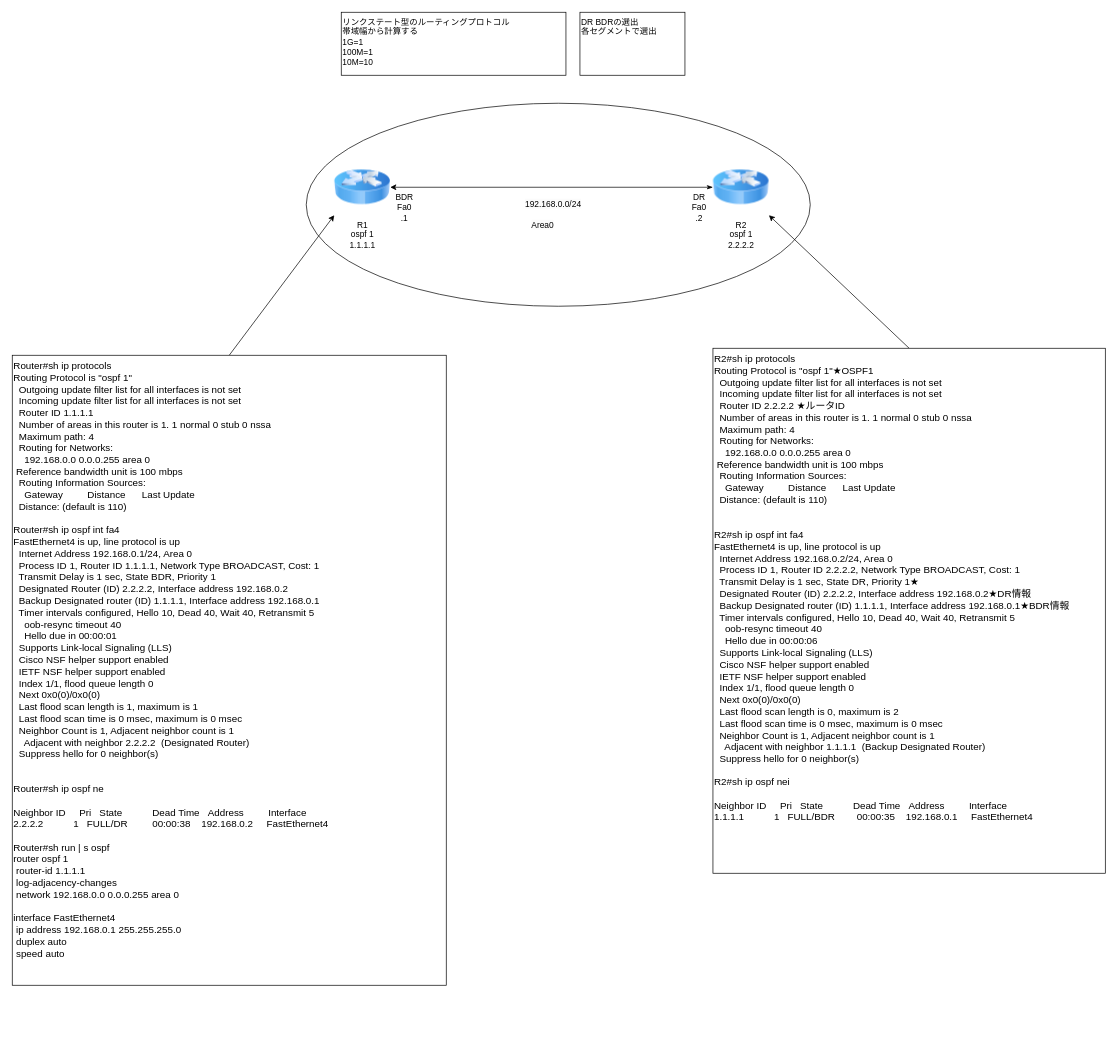
This is page "OSPF.RouteID" (3 of 4) of OSPF.drawio from kyforprogram/ccna, a draw.io file, before an edit. Source tidied: cells renumbered, new cells numbered last; positions are measured from the earlier drawing's top-left corner, leaving out a move shared by most shapes. Both pictures are drawn from the tidied source at 70%, with x=0, y=0 at pixel (12, 12).
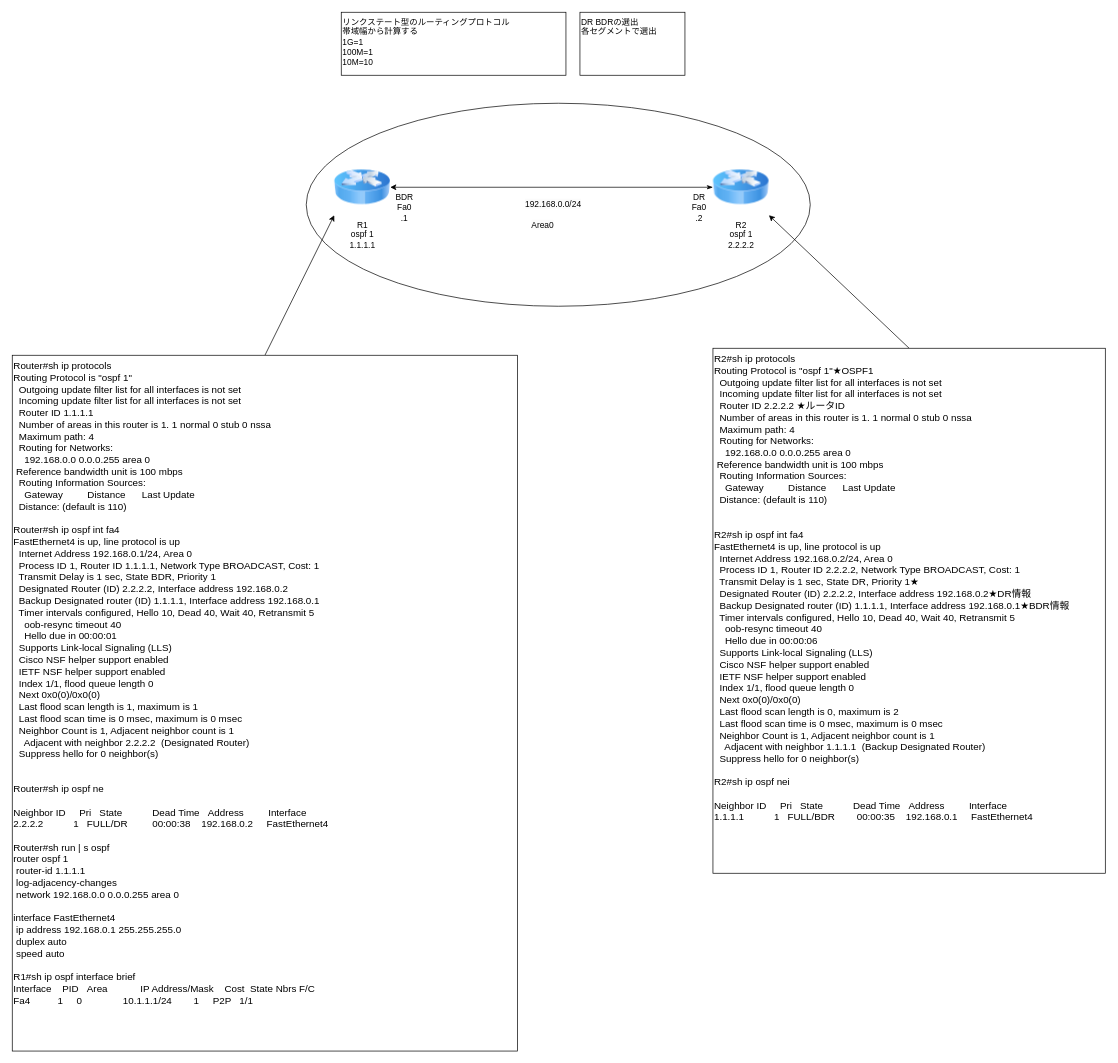
Above is the later version.

What changed in the source:
```diff
@@
 <mxGraphModel>
   <root>
     <mxCell id="0" />
     <mxCell id="1" parent="0" />
     <mxCell id="2" style="ellipse;whiteSpace=wrap;html=1;strokeColor=default;fontFamily=Helvetica;fontSize=14;fontColor=default;fillColor=default;" parent="1" vertex="1">
       <mxGeometry x="420" y="130" width="720" height="290" as="geometry" />
     </mxCell>
     <mxCell id="3" value="R1&lt;br&gt;ospf 1&lt;br&gt;1.1.1.1" style="image;html=1;image=img/lib/clip_art/networking/Router_Icon_128x128.png;" parent="1" vertex="1">
       <mxGeometry x="460" y="210" width="80" height="80" as="geometry" />
     </mxCell>
     <mxCell id="4" style="rounded=0;jettySize=auto;html=1;exitX=0;exitY=0.5;exitDx=0;exitDy=0;entryX=1;entryY=0.5;entryDx=0;entryDy=0;startArrow=classicThin;startFill=1;" parent="1" edge="1" source="5" target="3">
       <mxGeometry relative="1" as="geometry" />
     </mxCell>
     <mxCell id="5" value="R2&lt;br&gt;ospf 1&lt;br&gt;2.2.2.2" style="image;html=1;image=img/lib/clip_art/networking/Router_Icon_128x128.png;imageBorder=none;" parent="1" vertex="1">
       <mxGeometry x="1001" y="210" width="80" height="80" as="geometry" />
     </mxCell>
     <mxCell id="6" value="&lt;span style=&quot;color: rgb(0, 0, 0); font-family: Helvetica; font-size: 12px; font-style: normal; font-variant-ligatures: normal; font-variant-caps: normal; font-weight: 400; letter-spacing: normal; orphans: 2; text-align: center; text-indent: 0px; text-transform: none; widows: 2; word-spacing: 0px; -webkit-text-stroke-width: 0px; background-color: rgb(251, 251, 251); text-decoration-thickness: initial; text-decoration-style: initial; text-decoration-color: initial; float: none; display: inline !important;&quot;&gt;192.168.0.0/24&lt;/span&gt;" style="text;whiteSpace=wrap;html=1;" parent="1" vertex="1">
       <mxGeometry x="730.5" y="260" width="89" height="30" as="geometry" />
     </mxCell>
     <mxCell id="7" value="リンクステート型のルーティングプロトコル&lt;br&gt;帯域幅から計算する&lt;br&gt;1G=1&lt;br&gt;100M=1&lt;br&gt;10M=10" style="whiteSpace=wrap;html=1;align=left;verticalAlign=top;" parent="1" vertex="1">
       <mxGeometry x="470" width="321" height="90" as="geometry" />
     </mxCell>
     <mxCell id="8" value="BDR&lt;br&gt;Fa0&lt;br&gt;.1" style="text;html=1;align=center;verticalAlign=middle;strokeColor=none;fillColor=none;" parent="1" vertex="1">
       <mxGeometry x="535" y="249" width="50" height="60" as="geometry" />
     </mxCell>
     <mxCell id="9" value="DR&lt;br&gt;Fa0&lt;br&gt;.2" style="text;html=1;align=center;verticalAlign=middle;strokeColor=none;fillColor=none;" parent="1" vertex="1">
       <mxGeometry x="961" y="249" width="40" height="60" as="geometry" />
     </mxCell>
     <mxCell id="10" value="DR BDRの選出&lt;br&gt;各セグメントで選出&lt;br&gt;" style="whiteSpace=wrap;html=1;align=left;verticalAlign=top;" parent="1" vertex="1">
       <mxGeometry x="811" width="150" height="90" as="geometry" />
     </mxCell>
     <mxCell id="11" value="&lt;span style=&quot;color: rgb(0, 0, 0); font-family: Helvetica; font-size: 12px; font-style: normal; font-variant-ligatures: normal; font-variant-caps: normal; font-weight: 400; letter-spacing: normal; orphans: 2; text-align: center; text-indent: 0px; text-transform: none; widows: 2; word-spacing: 0px; -webkit-text-stroke-width: 0px; background-color: rgb(251, 251, 251); text-decoration-thickness: initial; text-decoration-style: initial; text-decoration-color: initial; float: none; display: inline !important;&quot;&gt;Area0&lt;/span&gt;" style="text;whiteSpace=wrap;html=1;" parent="1" vertex="1">
       <mxGeometry x="740" y="290" width="70" height="30" as="geometry" />
     </mxCell>
     <mxCell id="12" style="rounded=0;jettySize=auto;html=1;exitX=0.5;exitY=0;exitDx=0;exitDy=0;entryX=1;entryY=1;entryDx=0;entryDy=0;" parent="1" edge="1" source="13" target="5">
       <mxGeometry relative="1" as="geometry" />
     </mxCell>
     <mxCell id="13" value="&lt;div&gt;R2#sh ip protocols&lt;/div&gt;&lt;div&gt;Routing Protocol is &quot;ospf 1&quot;★OSPF1&lt;/div&gt;&lt;div&gt;&amp;nbsp; Outgoing update filter list for all interfaces is not set&lt;/div&gt;&lt;div&gt;&amp;nbsp; Incoming update filter list for all interfaces is not set&lt;/div&gt;&lt;div&gt;&amp;nbsp; Router ID 2.2.2.2 ★ルータID&lt;/div&gt;&lt;div&gt;&amp;nbsp; Number of areas in this router is 1. 1 normal 0 stub 0 nssa&lt;/div&gt;&lt;div&gt;&amp;nbsp; Maximum path: 4&lt;/div&gt;&lt;div&gt;&amp;nbsp; Routing for Networks:&lt;/div&gt;&lt;div&gt;&amp;nbsp; &amp;nbsp; 192.168.0.0 0.0.0.255 area 0&lt;/div&gt;&lt;div&gt;&amp;nbsp;Reference bandwidth unit is 100 mbps&lt;/div&gt;&lt;div&gt;&amp;nbsp; Routing Information Sources:&lt;/div&gt;&lt;div&gt;&amp;nbsp; &amp;nbsp; Gateway&amp;nbsp; &amp;nbsp; &amp;nbsp; &amp;nbsp; &amp;nbsp;Distance&amp;nbsp; &amp;nbsp; &amp;nbsp; Last Update&lt;/div&gt;&lt;div&gt;&amp;nbsp; Distance: (default is 110)&lt;/div&gt;&lt;div&gt;&lt;br&gt;&lt;/div&gt;&lt;div&gt;&lt;br&gt;&lt;/div&gt;&lt;div&gt;&lt;div&gt;R2#sh ip ospf int fa4&lt;/div&gt;&lt;div&gt;FastEthernet4 is up, line protocol is up&lt;/div&gt;&lt;div&gt;&amp;nbsp; Internet Address 192.168.0.2/24, Area 0&lt;/div&gt;&lt;div&gt;&amp;nbsp; Process ID 1, Router ID 2.2.2.2, Network Type BROADCAST, Cost: 1&lt;/div&gt;&lt;div&gt;&amp;nbsp; Transmit Delay is 1 sec, State DR, Priority 1★&lt;/div&gt;&lt;div&gt;&amp;nbsp; Designated Router (ID) 2.2.2.2, Interface address 192.168.0.2★DR情報&lt;/div&gt;&lt;div&gt;&amp;nbsp; Backup Designated router (ID) 1.1.1.1, Interface address 192.168.0.1★BDR情報&lt;/div&gt;&lt;div&gt;&amp;nbsp; Timer intervals configured, Hello 10, Dead 40, Wait 40, Retransmit 5&lt;/div&gt;&lt;div&gt;&amp;nbsp; &amp;nbsp; oob-resync timeout 40&lt;/div&gt;&lt;div&gt;&amp;nbsp; &amp;nbsp; Hello due in 00:00:06&lt;/div&gt;&lt;div&gt;&amp;nbsp; Supports Link-local Signaling (LLS)&lt;/div&gt;&lt;div&gt;&amp;nbsp; Cisco NSF helper support enabled&lt;/div&gt;&lt;div&gt;&amp;nbsp; IETF NSF helper support enabled&lt;/div&gt;&lt;div&gt;&amp;nbsp; Index 1/1, flood queue length 0&lt;/div&gt;&lt;div&gt;&amp;nbsp; Next 0x0(0)/0x0(0)&lt;/div&gt;&lt;div&gt;&amp;nbsp; Last flood scan length is 0, maximum is 2&lt;/div&gt;&lt;div&gt;&amp;nbsp; Last flood scan time is 0 msec, maximum is 0 msec&lt;/div&gt;&lt;div&gt;&amp;nbsp; Neighbor Count is 1, Adjacent neighbor count is 1&lt;/div&gt;&lt;div&gt;&amp;nbsp; &amp;nbsp; Adjacent with neighbor 1.1.1.1&amp;nbsp; (Backup Designated Router)&lt;/div&gt;&lt;div&gt;&amp;nbsp; Suppress hello for 0 neighbor(s)&lt;/div&gt;&lt;/div&gt;&lt;div&gt;&lt;br&gt;&lt;/div&gt;&lt;div&gt;&lt;div&gt;R2#sh ip ospf nei&lt;/div&gt;&lt;div&gt;&lt;br&gt;&lt;/div&gt;&lt;div&gt;Neighbor ID&amp;nbsp; &amp;nbsp; &amp;nbsp;Pri&amp;nbsp; &amp;nbsp;State&amp;nbsp; &amp;nbsp; &amp;nbsp; &amp;nbsp; &amp;nbsp; &amp;nbsp;Dead Time&amp;nbsp; &amp;nbsp;Address&amp;nbsp; &amp;nbsp; &amp;nbsp; &amp;nbsp; &amp;nbsp;Interface&lt;/div&gt;&lt;div&gt;1.1.1.1&amp;nbsp; &amp;nbsp; &amp;nbsp; &amp;nbsp; &amp;nbsp; &amp;nbsp;1&amp;nbsp; &amp;nbsp;FULL/BDR&amp;nbsp; &amp;nbsp; &amp;nbsp; &amp;nbsp; 00:00:35&amp;nbsp; &amp;nbsp; 192.168.0.1&amp;nbsp; &amp;nbsp; &amp;nbsp;FastEthernet4&lt;/div&gt;&lt;/div&gt;" style="whiteSpace=wrap;html=1;align=left;verticalAlign=top;fontSize=14;" parent="1" vertex="1">
       <mxGeometry x="1001" y="480" width="560.5" height="750" as="geometry" />
     </mxCell>
     <mxCell id="14" style="rounded=0;jettySize=auto;html=1;exitX=0.5;exitY=0;exitDx=0;exitDy=0;entryX=0;entryY=1;entryDx=0;entryDy=0;" parent="1" edge="1" source="15" target="3">
       <mxGeometry relative="1" as="geometry" />
     </mxCell>
-    <mxCell id="15" value="&lt;div&gt;Router#sh ip protocols&lt;/div&gt;&lt;div&gt;Routing Protocol is &quot;ospf 1&quot;&lt;/div&gt;&lt;div&gt;&amp;nbsp; Outgoing update filter list for all interfaces is not set&lt;/div&gt;&lt;div&gt;&amp;nbsp; Incoming update filter list for all interfaces is not set&lt;/div&gt;&lt;div&gt;&amp;nbsp; Router ID 1.1.1.1&lt;/div&gt;&lt;div&gt;&amp;nbsp; Number of areas in this router is 1. 1 normal 0 stub 0 nssa&lt;/div&gt;&lt;div&gt;&amp;nbsp; Maximum path: 4&lt;/div&gt;&lt;div&gt;&amp;nbsp; Routing for Networks:&lt;/div&gt;&lt;div&gt;&amp;nbsp; &amp;nbsp; 192.168.0.0 0.0.0.255 area 0&lt;/div&gt;&lt;div&gt;&amp;nbsp;Reference bandwidth unit is 100 mbps&lt;/div&gt;&lt;div&gt;&amp;nbsp; Routing Information Sources:&lt;/div&gt;&lt;div&gt;&amp;nbsp; &amp;nbsp; Gateway&amp;nbsp; &amp;nbsp; &amp;nbsp; &amp;nbsp; &amp;nbsp;Distance&amp;nbsp; &amp;nbsp; &amp;nbsp; Last Update&lt;/div&gt;&lt;div&gt;&amp;nbsp; Distance: (default is 110)&lt;/div&gt;&lt;div&gt;&lt;br&gt;&lt;/div&gt;&lt;div&gt;&lt;div&gt;&lt;span style=&quot;background-color: initial;&quot;&gt;Router#sh ip ospf int fa4&lt;/span&gt;&lt;br&gt;&lt;/div&gt;&lt;div&gt;FastEthernet4 is up, line protocol is up&lt;/div&gt;&lt;div&gt;&amp;nbsp; Internet Address 192.168.0.1/24, Area 0&lt;/div&gt;&lt;div&gt;&amp;nbsp; Process ID 1, Router ID 1.1.1.1, Network Type BROADCAST, Cost: 1&lt;/div&gt;&lt;div&gt;&amp;nbsp; Transmit Delay is 1 sec, State BDR, Priority 1&lt;/div&gt;&lt;div&gt;&amp;nbsp; Designated Router (ID) 2.2.2.2, Interface address 192.168.0.2&lt;/div&gt;&lt;div&gt;&amp;nbsp; Backup Designated router (ID) 1.1.1.1, Interface address 192.168.0.1&lt;/div&gt;&lt;div&gt;&amp;nbsp; Timer intervals configured, Hello 10, Dead 40, Wait 40, Retransmit 5&lt;/div&gt;&lt;div&gt;&amp;nbsp; &amp;nbsp; oob-resync timeout 40&lt;/div&gt;&lt;div&gt;&amp;nbsp; &amp;nbsp; Hello due in 00:00:01&lt;/div&gt;&lt;div&gt;&amp;nbsp; Supports Link-local Signaling (LLS)&lt;/div&gt;&lt;div&gt;&amp;nbsp; Cisco NSF helper support enabled&lt;/div&gt;&lt;div&gt;&amp;nbsp; IETF NSF helper support enabled&lt;/div&gt;&lt;div&gt;&amp;nbsp; Index 1/1, flood queue length 0&lt;/div&gt;&lt;div&gt;&amp;nbsp; Next 0x0(0)/0x0(0)&lt;/div&gt;&lt;div&gt;&amp;nbsp; Last flood scan length is 1, maximum is 1&lt;/div&gt;&lt;div&gt;&amp;nbsp; Last flood scan time is 0 msec, maximum is 0 msec&lt;/div&gt;&lt;div&gt;&amp;nbsp; Neighbor Count is 1, Adjacent neighbor count is 1&lt;/div&gt;&lt;div&gt;&amp;nbsp; &amp;nbsp; Adjacent with neighbor 2.2.2.2&amp;nbsp; (Designated Router)&lt;/div&gt;&lt;div&gt;&amp;nbsp; Suppress hello for 0 neighbor(s)&lt;/div&gt;&lt;/div&gt;&lt;div&gt;&lt;br&gt;&lt;/div&gt;&lt;div&gt;&lt;br&gt;&lt;/div&gt;&lt;div&gt;&lt;div&gt;Router#sh ip ospf ne&lt;/div&gt;&lt;div&gt;&lt;br&gt;&lt;/div&gt;&lt;div&gt;Neighbor ID&amp;nbsp; &amp;nbsp; &amp;nbsp;Pri&amp;nbsp; &amp;nbsp;State&amp;nbsp; &amp;nbsp; &amp;nbsp; &amp;nbsp; &amp;nbsp; &amp;nbsp;Dead Time&amp;nbsp; &amp;nbsp;Address&amp;nbsp; &amp;nbsp; &amp;nbsp; &amp;nbsp; &amp;nbsp;Interface&lt;/div&gt;&lt;div&gt;2.2.2.2&amp;nbsp; &amp;nbsp; &amp;nbsp; &amp;nbsp; &amp;nbsp; &amp;nbsp;1&amp;nbsp; &amp;nbsp;FULL/DR&amp;nbsp; &amp;nbsp; &amp;nbsp; &amp;nbsp; &amp;nbsp;00:00:38&amp;nbsp; &amp;nbsp; 192.168.0.2&amp;nbsp; &amp;nbsp; &amp;nbsp;FastEthernet4&lt;/div&gt;&lt;/div&gt;&lt;div&gt;&lt;br&gt;&lt;/div&gt;&lt;div&gt;&lt;div&gt;Router#sh run | s ospf&lt;/div&gt;&lt;div&gt;router ospf 1&lt;/div&gt;&lt;div&gt;&amp;nbsp;router-id 1.1.1.1&lt;/div&gt;&lt;div&gt;&amp;nbsp;log-adjacency-changes&lt;/div&gt;&lt;div&gt;&amp;nbsp;network 192.168.0.0 0.0.0.255 area 0&lt;/div&gt;&lt;/div&gt;&lt;div&gt;&lt;br&gt;&lt;/div&gt;&lt;div&gt;&lt;div&gt;interface FastEthernet4&lt;/div&gt;&lt;div&gt;&amp;nbsp;ip address 192.168.0.1 255.255.255.0&lt;/div&gt;&lt;div&gt;&amp;nbsp;duplex auto&lt;/div&gt;&lt;div&gt;&amp;nbsp;speed auto&lt;/div&gt;&lt;/div&gt;" style="whiteSpace=wrap;html=1;align=left;verticalAlign=top;fontSize=14;" parent="1" vertex="1">
-      <mxGeometry y="490" width="620" height="900" as="geometry" />
+    <mxCell id="15" value="&lt;div&gt;Router#sh ip protocols&lt;/div&gt;&lt;div&gt;Routing Protocol is &quot;ospf 1&quot;&lt;/div&gt;&lt;div&gt;&amp;nbsp; Outgoing update filter list for all interfaces is not set&lt;/div&gt;&lt;div&gt;&amp;nbsp; Incoming update filter list for all interfaces is not set&lt;/div&gt;&lt;div&gt;&amp;nbsp; Router ID 1.1.1.1&lt;/div&gt;&lt;div&gt;&amp;nbsp; Number of areas in this router is 1. 1 normal 0 stub 0 nssa&lt;/div&gt;&lt;div&gt;&amp;nbsp; Maximum path: 4&lt;/div&gt;&lt;div&gt;&amp;nbsp; Routing for Networks:&lt;/div&gt;&lt;div&gt;&amp;nbsp; &amp;nbsp; 192.168.0.0 0.0.0.255 area 0&lt;/div&gt;&lt;div&gt;&amp;nbsp;Reference bandwidth unit is 100 mbps&lt;/div&gt;&lt;div&gt;&amp;nbsp; Routing Information Sources:&lt;/div&gt;&lt;div&gt;&amp;nbsp; &amp;nbsp; Gateway&amp;nbsp; &amp;nbsp; &amp;nbsp; &amp;nbsp; &amp;nbsp;Distance&amp;nbsp; &amp;nbsp; &amp;nbsp; Last Update&lt;/div&gt;&lt;div&gt;&amp;nbsp; Distance: (default is 110)&lt;/div&gt;&lt;div&gt;&lt;br&gt;&lt;/div&gt;&lt;div&gt;&lt;div&gt;&lt;span style=&quot;background-color: initial;&quot;&gt;Router#sh ip ospf int fa4&lt;/span&gt;&lt;br&gt;&lt;/div&gt;&lt;div&gt;FastEthernet4 is up, line protocol is up&lt;/div&gt;&lt;div&gt;&amp;nbsp; Internet Address 192.168.0.1/24, Area 0&lt;/div&gt;&lt;div&gt;&amp;nbsp; Process ID 1, Router ID 1.1.1.1, Network Type BROADCAST, Cost: 1&lt;/div&gt;&lt;div&gt;&amp;nbsp; Transmit Delay is 1 sec, State BDR, Priority 1&lt;/div&gt;&lt;div&gt;&amp;nbsp; Designated Router (ID) 2.2.2.2, Interface address 192.168.0.2&lt;/div&gt;&lt;div&gt;&amp;nbsp; Backup Designated router (ID) 1.1.1.1, Interface address 192.168.0.1&lt;/div&gt;&lt;div&gt;&amp;nbsp; Timer intervals configured, Hello 10, Dead 40, Wait 40, Retransmit 5&lt;/div&gt;&lt;div&gt;&amp;nbsp; &amp;nbsp; oob-resync timeout 40&lt;/div&gt;&lt;div&gt;&amp;nbsp; &amp;nbsp; Hello due in 00:00:01&lt;/div&gt;&lt;div&gt;&amp;nbsp; Supports Link-local Signaling (LLS)&lt;/div&gt;&lt;div&gt;&amp;nbsp; Cisco NSF helper support enabled&lt;/div&gt;&lt;div&gt;&amp;nbsp; IETF NSF helper support enabled&lt;/div&gt;&lt;div&gt;&amp;nbsp; Index 1/1, flood queue length 0&lt;/div&gt;&lt;div&gt;&amp;nbsp; Next 0x0(0)/0x0(0)&lt;/div&gt;&lt;div&gt;&amp;nbsp; Last flood scan length is 1, maximum is 1&lt;/div&gt;&lt;div&gt;&amp;nbsp; Last flood scan time is 0 msec, maximum is 0 msec&lt;/div&gt;&lt;div&gt;&amp;nbsp; Neighbor Count is 1, Adjacent neighbor count is 1&lt;/div&gt;&lt;div&gt;&amp;nbsp; &amp;nbsp; Adjacent with neighbor 2.2.2.2&amp;nbsp; (Designated Router)&lt;/div&gt;&lt;div&gt;&amp;nbsp; Suppress hello for 0 neighbor(s)&lt;/div&gt;&lt;/div&gt;&lt;div&gt;&lt;br&gt;&lt;/div&gt;&lt;div&gt;&lt;br&gt;&lt;/div&gt;&lt;div&gt;&lt;div&gt;Router#sh ip ospf ne&lt;/div&gt;&lt;div&gt;&lt;br&gt;&lt;/div&gt;&lt;div&gt;Neighbor ID&amp;nbsp; &amp;nbsp; &amp;nbsp;Pri&amp;nbsp; &amp;nbsp;State&amp;nbsp; &amp;nbsp; &amp;nbsp; &amp;nbsp; &amp;nbsp; &amp;nbsp;Dead Time&amp;nbsp; &amp;nbsp;Address&amp;nbsp; &amp;nbsp; &amp;nbsp; &amp;nbsp; &amp;nbsp;Interface&lt;/div&gt;&lt;div&gt;2.2.2.2&amp;nbsp; &amp;nbsp; &amp;nbsp; &amp;nbsp; &amp;nbsp; &amp;nbsp;1&amp;nbsp; &amp;nbsp;FULL/DR&amp;nbsp; &amp;nbsp; &amp;nbsp; &amp;nbsp; &amp;nbsp;00:00:38&amp;nbsp; &amp;nbsp; 192.168.0.2&amp;nbsp; &amp;nbsp; &amp;nbsp;FastEthernet4&lt;/div&gt;&lt;/div&gt;&lt;div&gt;&lt;br&gt;&lt;/div&gt;&lt;div&gt;&lt;div&gt;Router#sh run | s ospf&lt;/div&gt;&lt;div&gt;router ospf 1&lt;/div&gt;&lt;div&gt;&amp;nbsp;router-id 1.1.1.1&lt;/div&gt;&lt;div&gt;&amp;nbsp;log-adjacency-changes&lt;/div&gt;&lt;div&gt;&amp;nbsp;network 192.168.0.0 0.0.0.255 area 0&lt;/div&gt;&lt;/div&gt;&lt;div&gt;&lt;br&gt;&lt;/div&gt;&lt;div&gt;&lt;div&gt;interface FastEthernet4&lt;/div&gt;&lt;div&gt;&amp;nbsp;ip address 192.168.0.1 255.255.255.0&lt;/div&gt;&lt;div&gt;&amp;nbsp;duplex auto&lt;/div&gt;&lt;div&gt;&amp;nbsp;speed auto&lt;/div&gt;&lt;/div&gt;&lt;div&gt;&lt;br&gt;&lt;/div&gt;&lt;div&gt;&lt;div&gt;R1#sh ip ospf interface brief&lt;/div&gt;&lt;div&gt;Interface&amp;nbsp; &amp;nbsp; PID&amp;nbsp; &amp;nbsp;Area&amp;nbsp; &amp;nbsp; &amp;nbsp; &amp;nbsp; &amp;nbsp; &amp;nbsp; IP Address/Mask&amp;nbsp; &amp;nbsp; Cost&amp;nbsp; State Nbrs F/C&lt;/div&gt;&lt;div&gt;Fa4&amp;nbsp; &amp;nbsp; &amp;nbsp; &amp;nbsp; &amp;nbsp; 1&amp;nbsp; &amp;nbsp; &amp;nbsp;0&amp;nbsp; &amp;nbsp; &amp;nbsp; &amp;nbsp; &amp;nbsp; &amp;nbsp; &amp;nbsp; &amp;nbsp;10.1.1.1/24&amp;nbsp; &amp;nbsp; &amp;nbsp; &amp;nbsp; 1&amp;nbsp; &amp;nbsp; &amp;nbsp;P2P&amp;nbsp; &amp;nbsp;1/1&lt;/div&gt;&lt;/div&gt;" style="whiteSpace=wrap;html=1;align=left;verticalAlign=top;fontSize=14;" parent="1" vertex="1">
+      <mxGeometry y="490" width="722" height="994" as="geometry" />
     </mxCell>
   </root>
 </mxGraphModel>
```
